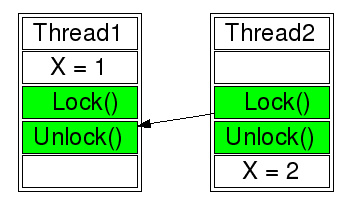
Before: msm/purehb2.png, a diagram exported from Graphviz (spurious/ThreadSanitizer-mirror). Its source is kept beside it as msm/purehb2.dot.
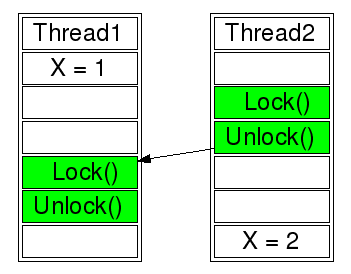
Later version of the same file.

Commit message:
purehb examples

Change to the diagram source:
```diff
@@ -4,6 +4,8 @@
    T1  [label=<<TABLE BGCOLOR="white">
       <tr>  <td port="0"> Thread1 </td> </tr>
       <tr>  <td> X = 1 </td> </tr>
+      <tr>  <td >   </td> </tr>
+      <tr>  <td >   </td> </tr>
       <tr>  <td bgcolor="green" port="lock">   Lock() </td> </tr>
       <tr>  <td bgcolor="green" port="unlock"> Unlock() </td> </tr>
       <tr>  <td port="end">   </td> </tr>
@@ -15,6 +17,8 @@
       <tr>  <td >   </td> </tr>
       <tr>  <td bgcolor="green" port="lock">   Lock() </td> </tr>
       <tr>  <td bgcolor="green" port="unlock"> Unlock() </td> </tr>
+      <tr>  <td >   </td> </tr>
+      <tr>  <td >   </td> </tr>
       <tr>  <td port="end"> X = 2 </td> </tr>
       </TABLE>>
     ]
@@ -24,5 +28,5 @@
 
     T1:end -> T2:end [color="white" style="invis"];
     T1:0 -> T2:0 [color="white" style="invis"];
-    T2:lock -> T1:unlock;
+    T2:unlock -> T1:lock;
 }
```
